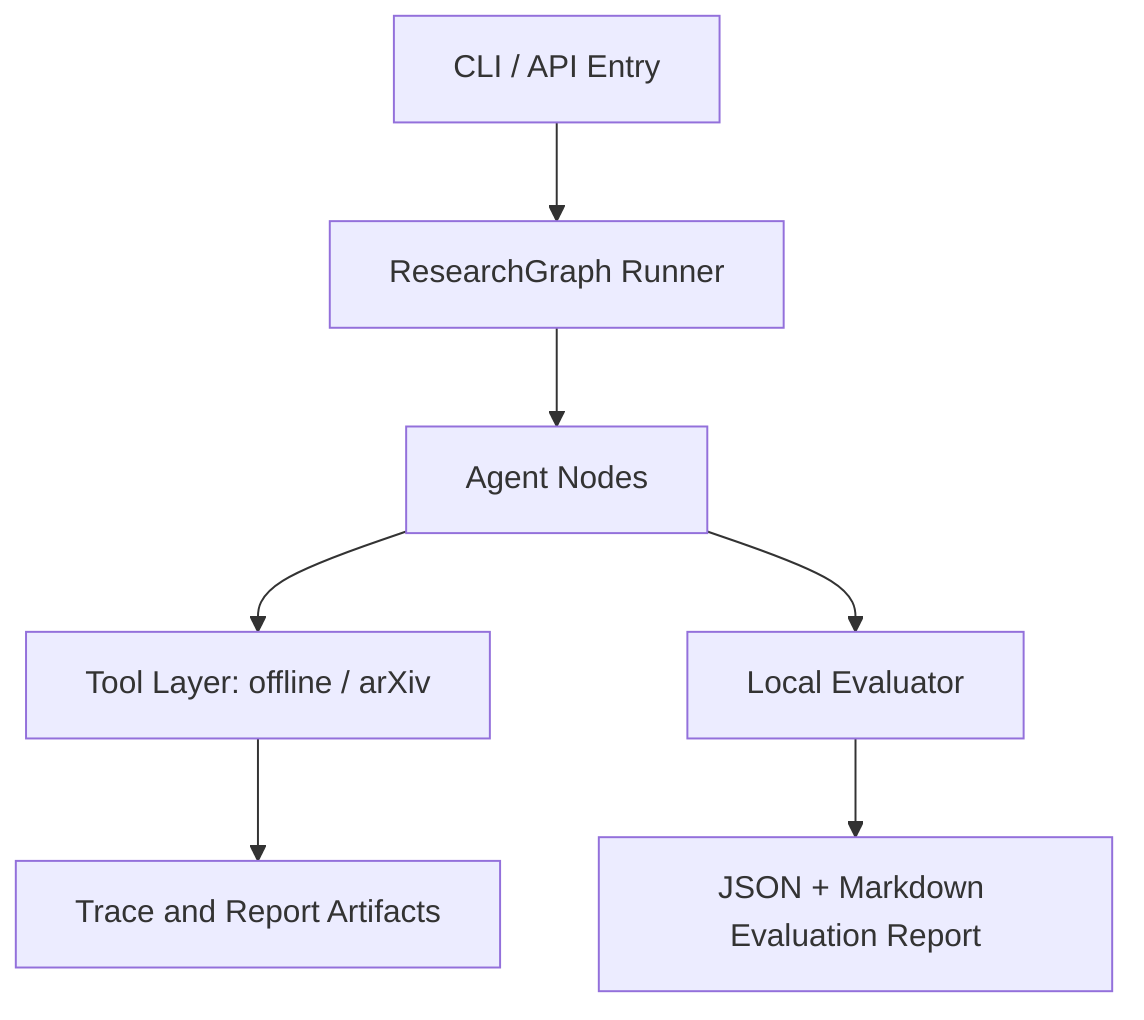
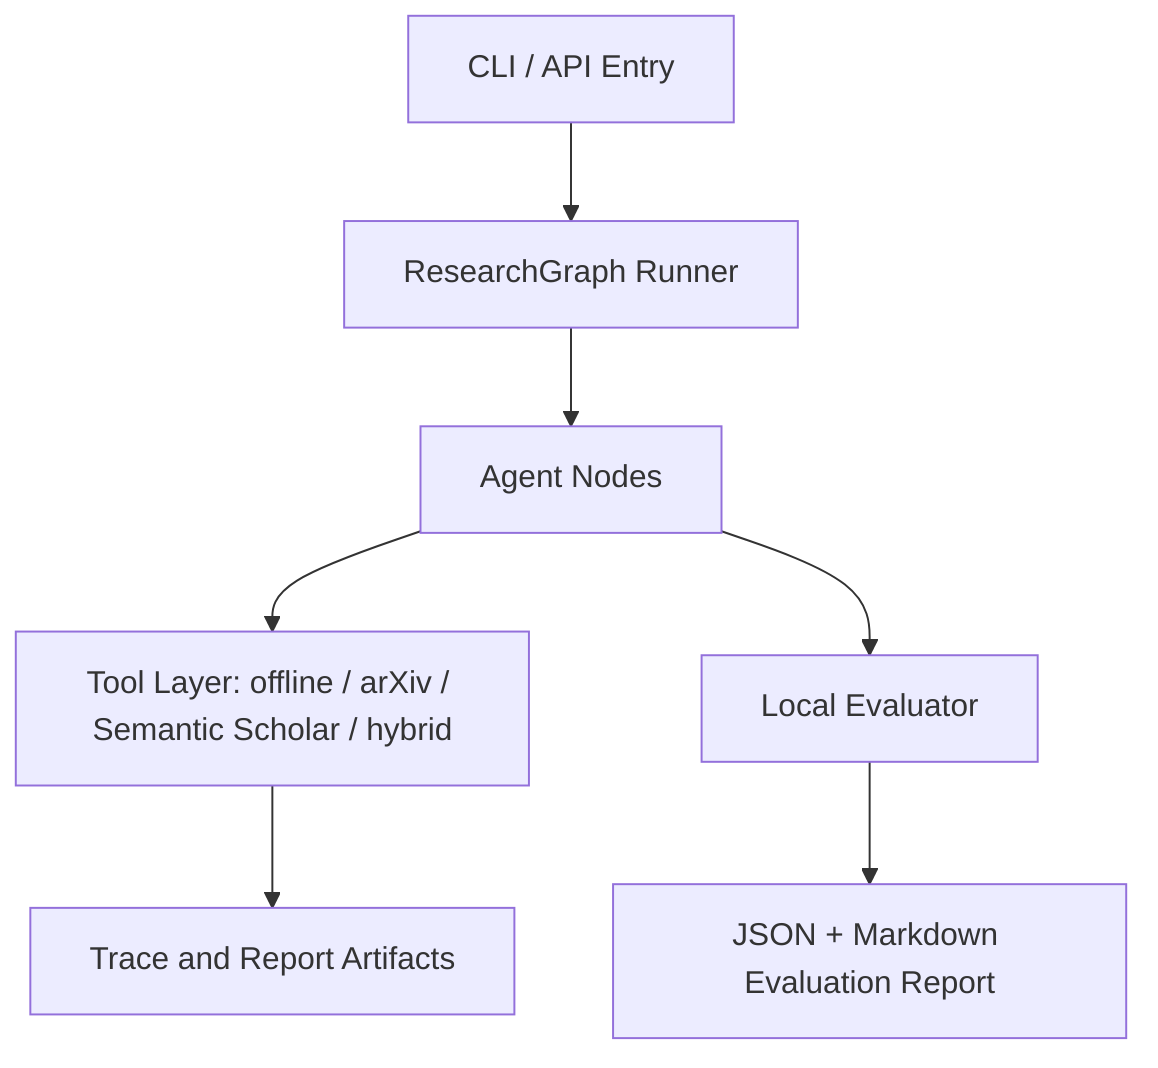
flowchart TD
    CLI["CLI / API Entry"] --> Graph["ResearchGraph Runner"]
    Graph --> Agents["Agent Nodes"]
-     Agents --> Tools["Tool Layer: offline / arXiv"]
+     Agents --> Tools["Tool Layer: offline / arXiv / Semantic Scholar / hybrid"]
    Tools --> Store["Trace and Report Artifacts"]
    Agents --> Eval["Local Evaluator"]
    Eval --> Score["JSON + Markdown Evaluation Report"]
